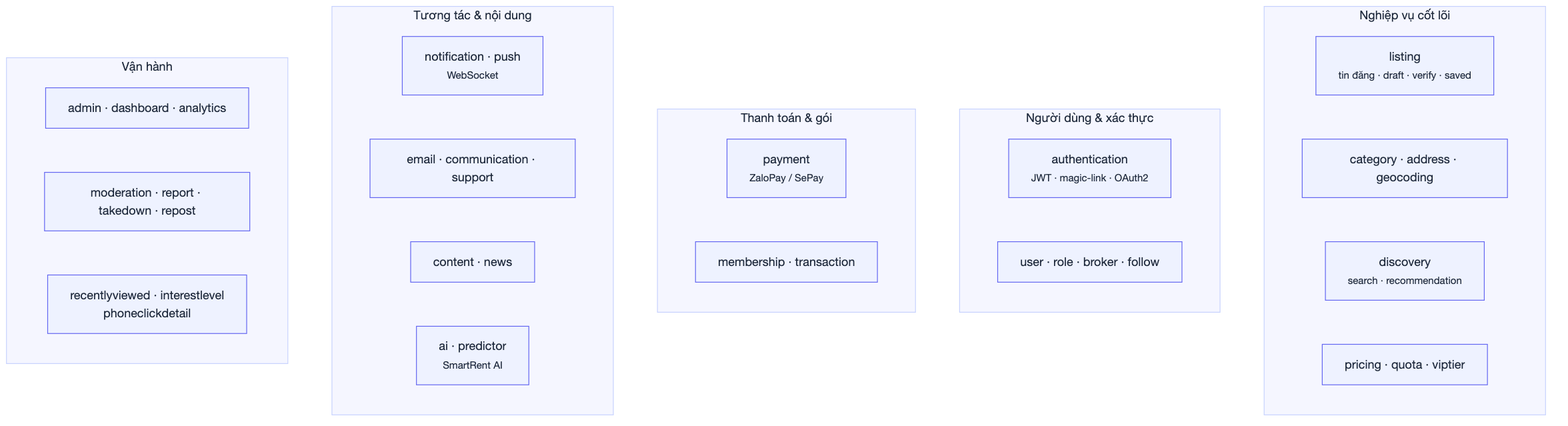
This is diagrams/be/png/04-domain-modules.png from huynhtranty/smartrent-report, a Mermaid export, as it was before one commit. Its source is kept beside it as diagrams/be/src/04-domain-modules.mmd.
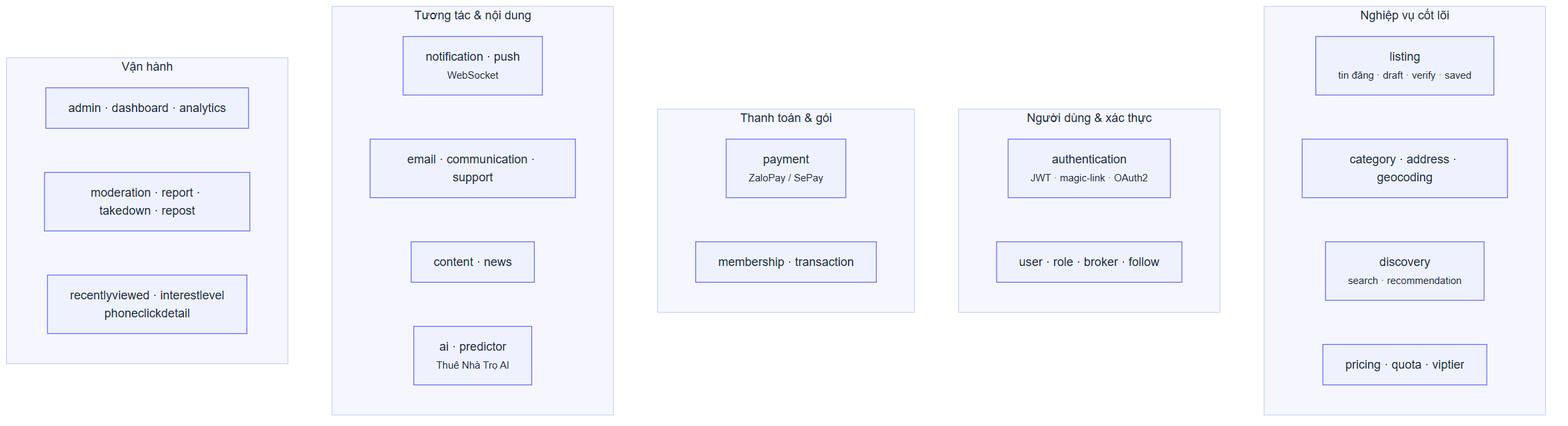
Above is the later version.

What changed in the source:
```diff
@@ -17,7 +17,7 @@
  N["notification · push<br/><small>WebSocket</small>"]
  Email["email · communication · support"]
  Content["content · news"]
- AI["ai · predictor<br/><small>SmartRent AI</small>"]
+ AI["ai · predictor<br/><small>Thuê Nhà Trọ AI</small>"]
  end
  subgraph Ops["Vận hành"]
  Admin["admin · dashboard · analytics"]
```
